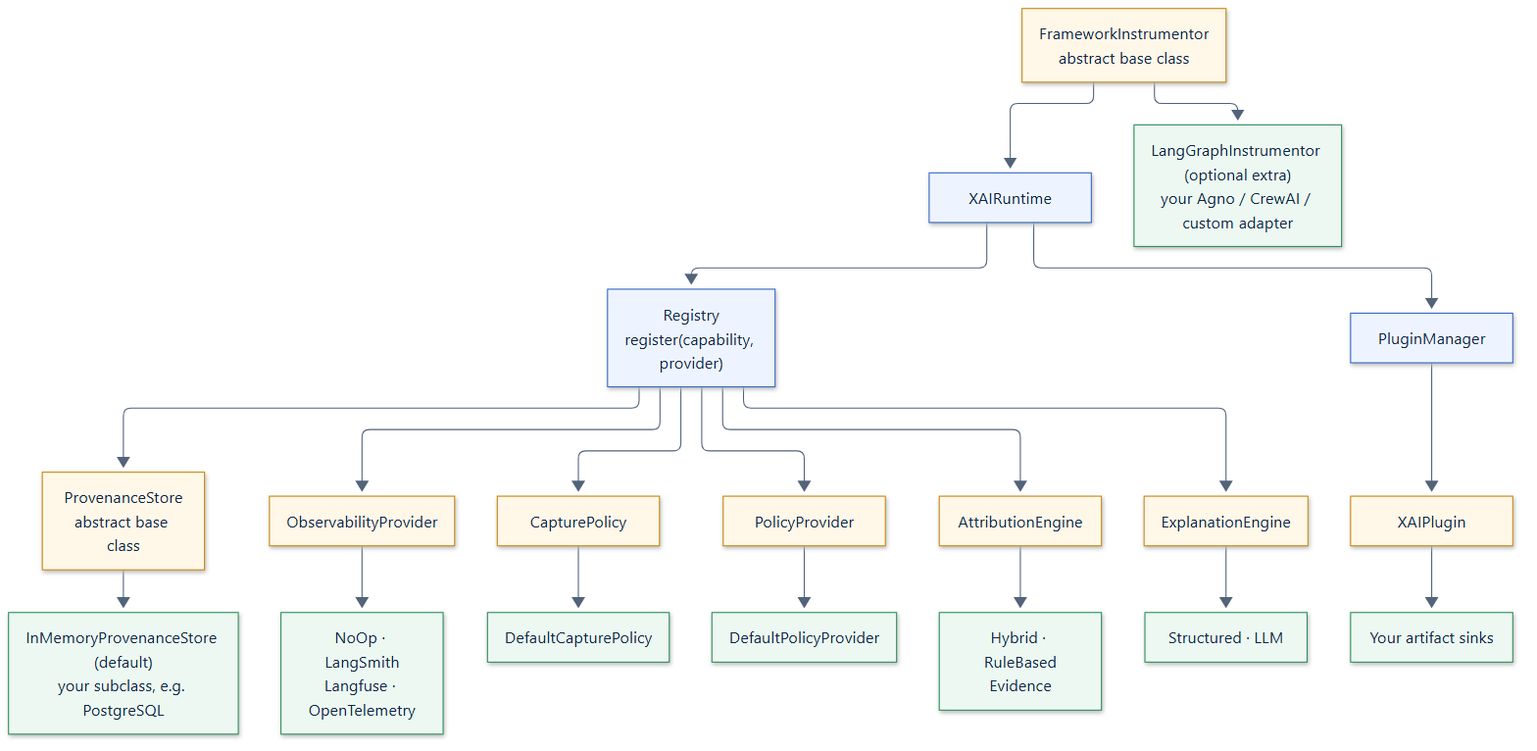
Before: docs/assets/diagrams/extensibility.png, a diagram exported from Mermaid (smuniharish/agxai). Its source is kept beside it as diagrams/extensibility.mmd.
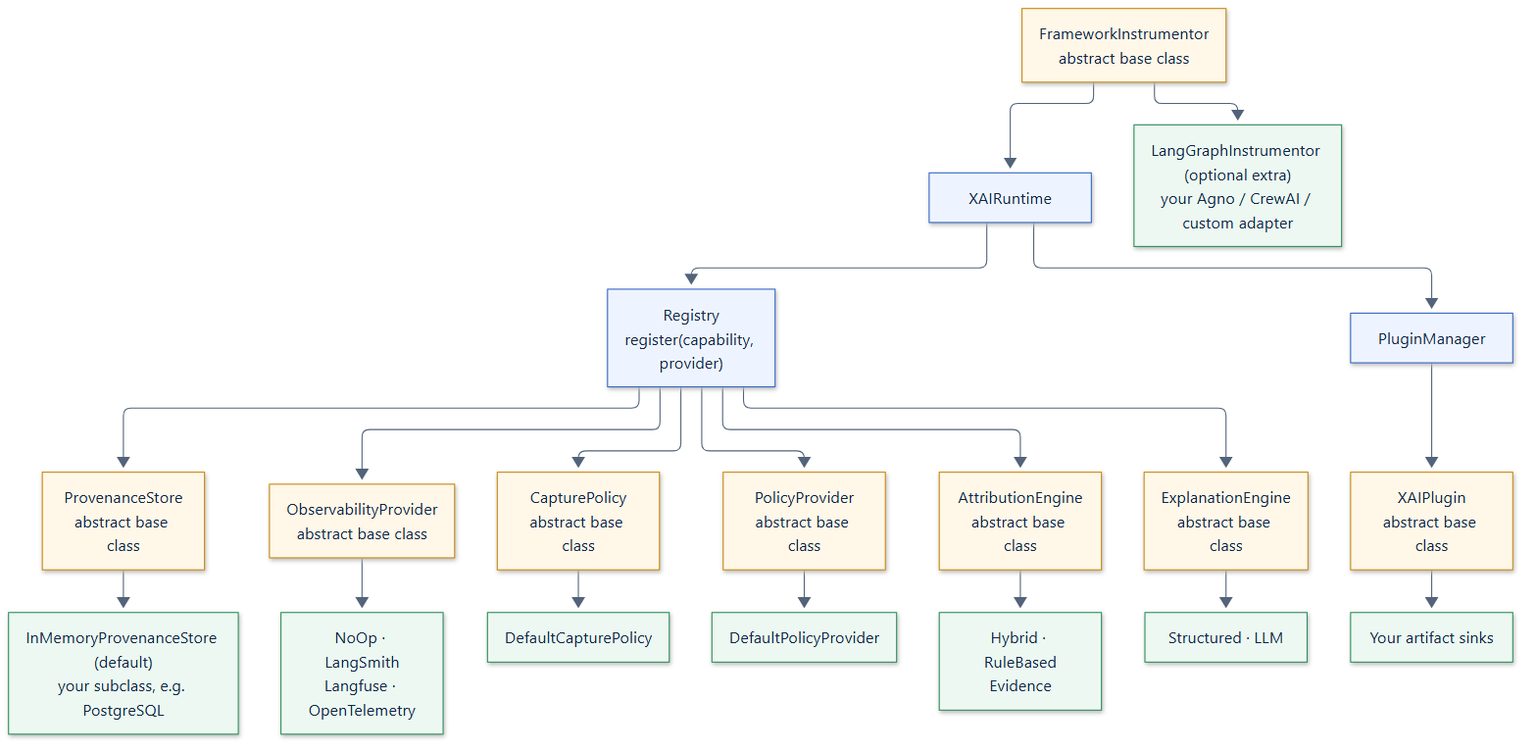
Later version of the same file.

Diff of the diagram source:
```diff
@@ -1,23 +1,23 @@
 flowchart TB
     classDef core fill:#eef4ff,stroke:#3567c7,color:#0f2547
-    classDef protocol fill:#fff7e8,stroke:#c98a12,color:#0f2547
+    classDef contract fill:#fff7e8,stroke:#c98a12,color:#0f2547
     classDef impl fill:#ecf8f1,stroke:#2f8f5b,color:#0f2547
 
     runtime["XAIRuntime"]:::core
-    framework["FrameworkInstrumentor<br/>abstract base class"]:::protocol
+    framework["FrameworkInstrumentor<br/>abstract base class"]:::contract
     framework --> runtime
     framework --> frameworks["LangGraphInstrumentor (optional extra)<br/>your Agno / CrewAI / custom adapter"]:::impl
     registry["Registry<br/>register(capability, provider)"]:::core
     runtime --> registry
     runtime --> manager["PluginManager"]:::core
 
-    registry --> store["ProvenanceStore<br/>abstract base class"]:::protocol
-    registry --> observe["ObservabilityProvider"]:::protocol
-    registry --> capture["CapturePolicy"]:::protocol
-    registry --> policy["PolicyProvider"]:::protocol
-    registry --> attribution["AttributionEngine"]:::protocol
-    registry --> engine["ExplanationEngine"]:::protocol
-    manager --> plugin["XAIPlugin"]:::protocol
+    registry --> store["ProvenanceStore<br/>abstract base class"]:::contract
+    registry --> observe["ObservabilityProvider<br/>abstract base class"]:::contract
+    registry --> capture["CapturePolicy<br/>abstract base class"]:::contract
+    registry --> policy["PolicyProvider<br/>abstract base class"]:::contract
+    registry --> attribution["AttributionEngine<br/>abstract base class"]:::contract
+    registry --> engine["ExplanationEngine<br/>abstract base class"]:::contract
+    manager --> plugin["XAIPlugin<br/>abstract base class"]:::contract
 
     store --> storeImpl["InMemoryProvenanceStore (default)<br/>your subclass, e.g. PostgreSQL"]:::impl
     observe --> observeImpl["NoOp · LangSmith<br/>Langfuse · OpenTelemetry"]:::impl
```
